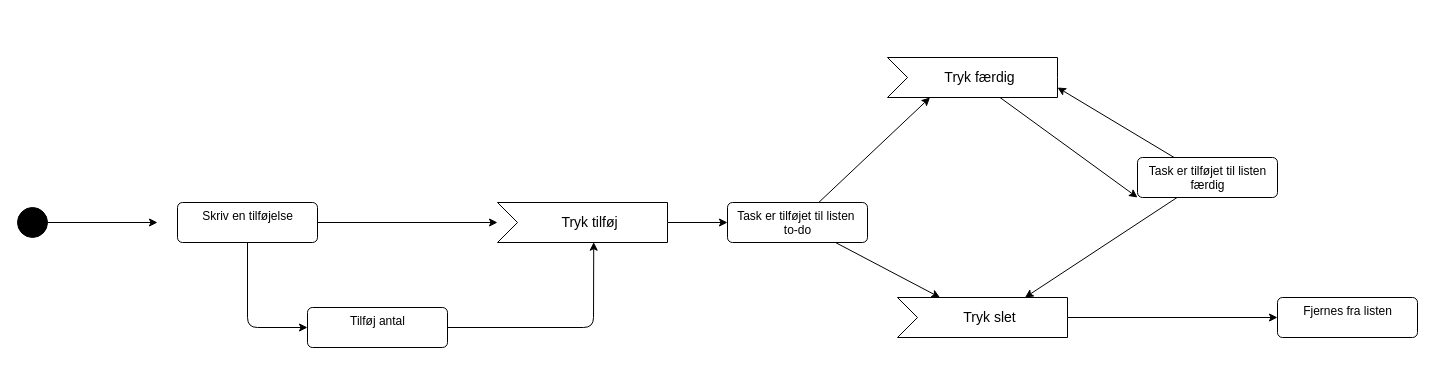
Above: diagram.drawio in malenadreyer/todoapp (draw.io), before the change. Source tidied: cells renumbered, new cells numbered last; positions are measured from the earlier drawing's top-left corner, leaving out a move shared by most shapes. Both pictures are drawn from the tidied source at 100%, with x=0, y=0 at pixel (17, 57).
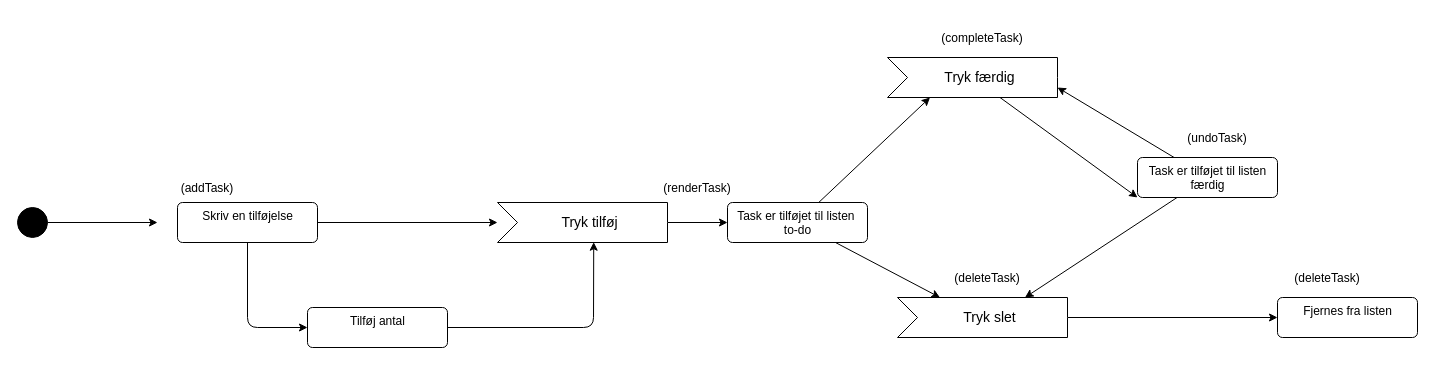
Above is the later version.

The edit, as a diff of the source:
```diff
@@
+    <mxCell id="22" value="(addTask)" style="text;align=center;verticalAlign=middle;dashed=0;" parent="1" vertex="1">
+      <mxGeometry x="120" y="110" width="140" height="40" as="geometry" />
+    </mxCell>
+    <mxCell id="23" value="(renderTask)" style="text;align=center;verticalAlign=middle;dashed=0;" parent="1" vertex="1">
+      <mxGeometry x="610" y="110" width="140" height="40" as="geometry" />
+    </mxCell>
+    <mxCell id="24" value="(deleteTask)" style="text;align=center;verticalAlign=middle;dashed=0;" parent="1" vertex="1">
+      <mxGeometry x="900" y="200" width="140" height="40" as="geometry" />
+    </mxCell>
+    <mxCell id="25" value="(completeTask)" style="text;align=center;verticalAlign=middle;dashed=0;" parent="1" vertex="1">
+      <mxGeometry x="895" y="-40" width="140" height="40" as="geometry" />
+    </mxCell>
+    <mxCell id="26" value="(deleteTask)" style="text;align=center;verticalAlign=middle;dashed=0;" parent="1" vertex="1">
+      <mxGeometry x="1240" y="200" width="140" height="40" as="geometry" />
+    </mxCell>
+    <mxCell id="27" value="(undoTask)" style="text;align=center;verticalAlign=middle;dashed=0;" parent="1" vertex="1">
+      <mxGeometry x="1130" y="60" width="140" height="40" as="geometry" />
+    </mxCell>
```
